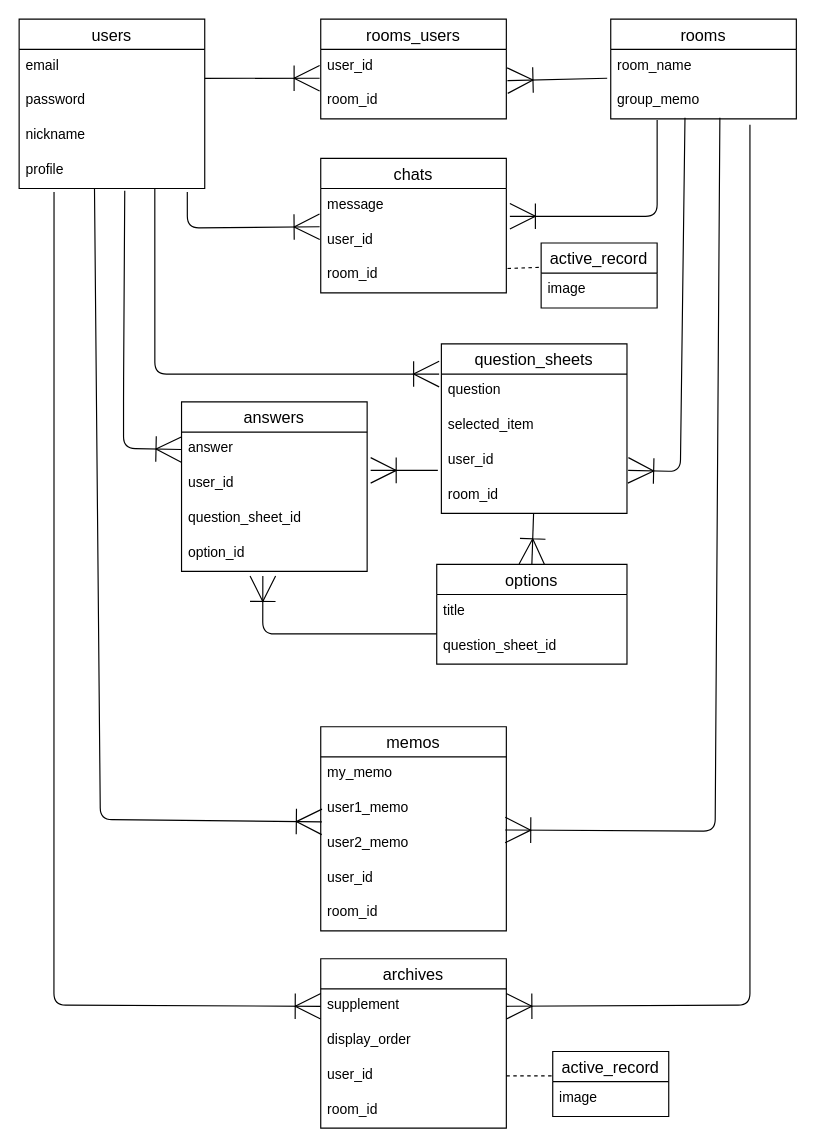
sakuraiswo/group_archive keeps this draw.io diagram as entity_relationship_diagram.dio. Above is the earlier version. Source tidied: cells renumbered, new cells numbered last; positions are measured from the earlier drawing's top-left corner, leaving out a move shared by most shapes. Both pictures are drawn from the tidied source at 116%, with x=0, y=0 at pixel (19, 19).
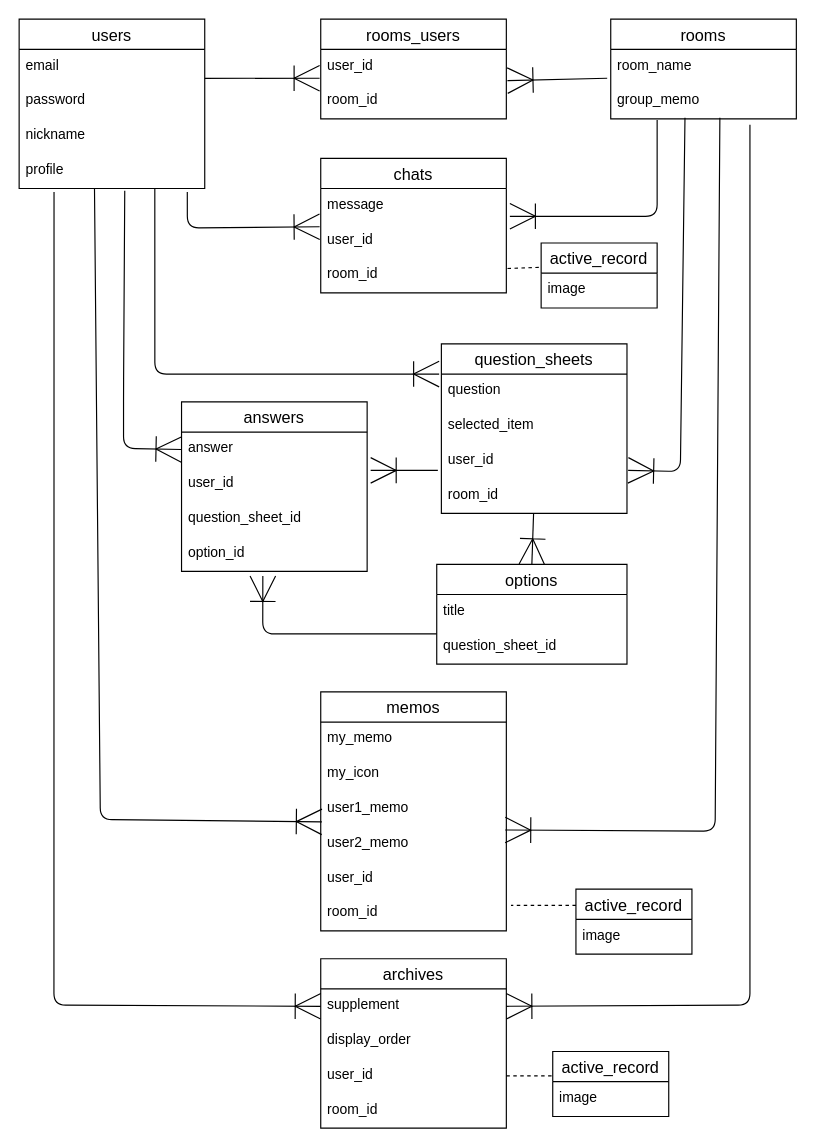
Above is the later version.

Change to the diagram source:
```diff
@@
     <mxCell id="41" value="memos" style="swimlane;fontStyle=0;horizontal=1;startSize=26;align=center;fontSize=14;" parent="1" vertex="1">
-      <mxGeometry x="260" y="610" width="160" height="176" as="geometry" />
+      <mxGeometry x="260" y="580" width="160" height="206" as="geometry" />
     </mxCell>
@@
+    <mxCell id="61" value="my_icon" style="text;strokeColor=none;fillColor=none;spacingLeft=4;spacingRight=4;overflow=hidden;fontSize=12;" parent="41" vertex="1">
+      <mxGeometry y="56" width="160" height="30" as="geometry" />
+    </mxCell>
     <mxCell id="43" value="user1_memo" style="text;strokeColor=none;fillColor=none;spacingLeft=4;spacingRight=4;overflow=hidden;fontSize=12;" parent="41" vertex="1">
-      <mxGeometry y="56" width="160" height="30" as="geometry" />
+      <mxGeometry y="86" width="160" height="30" as="geometry" />
     </mxCell>
     <mxCell id="44" value="user2_memo" style="text;strokeColor=none;fillColor=none;spacingLeft=4;spacingRight=4;overflow=hidden;points=[[0,0.5],[1,0.5]];portConstraint=eastwest;fontSize=12;" parent="41" vertex="1">
-      <mxGeometry y="86" width="160" height="30" as="geometry" />
+      <mxGeometry y="116" width="160" height="30" as="geometry" />
     </mxCell>
     <mxCell id="45" value="user_id" style="text;strokeColor=none;fillColor=none;spacingLeft=4;spacingRight=4;overflow=hidden;fontSize=12;" parent="41" vertex="1">
-      <mxGeometry y="116" width="160" height="30" as="geometry" />
+      <mxGeometry y="146" width="160" height="30" as="geometry" />
     </mxCell>
     <mxCell id="46" value="room_id" style="text;strokeColor=none;fillColor=none;spacingLeft=4;spacingRight=4;overflow=hidden;points=[[0,0.5],[1,0.5]];portConstraint=eastwest;fontSize=12;" parent="41" vertex="1">
-      <mxGeometry y="146" width="160" height="30" as="geometry" />
+      <mxGeometry y="176" width="160" height="30" as="geometry" />
     </mxCell>
@@
+    <mxCell id="62" value="active_record" style="swimlane;fontStyle=0;horizontal=1;startSize=26;align=center;fontSize=14;" parent="1" vertex="1">
+      <mxGeometry x="480" y="750" width="100" height="56" as="geometry" />
+    </mxCell>
+    <mxCell id="63" value="image" style="text;strokeColor=none;fillColor=none;spacingLeft=4;spacingRight=4;overflow=hidden;fontSize=12;" parent="62" vertex="1">
+      <mxGeometry y="26" width="100" height="30" as="geometry" />
+    </mxCell>
+    <mxCell id="64" style="edgeStyle=none;html=1;endSize=6;endArrow=none;endFill=0;dashed=1;exitX=0;exitY=0.25;exitDx=0;exitDy=0;entryX=1.025;entryY=0.267;entryDx=0;entryDy=0;entryPerimeter=0;" parent="1" edge="1" source="62" target="46">
+      <mxGeometry relative="1" as="geometry" />
+    </mxCell>
```
